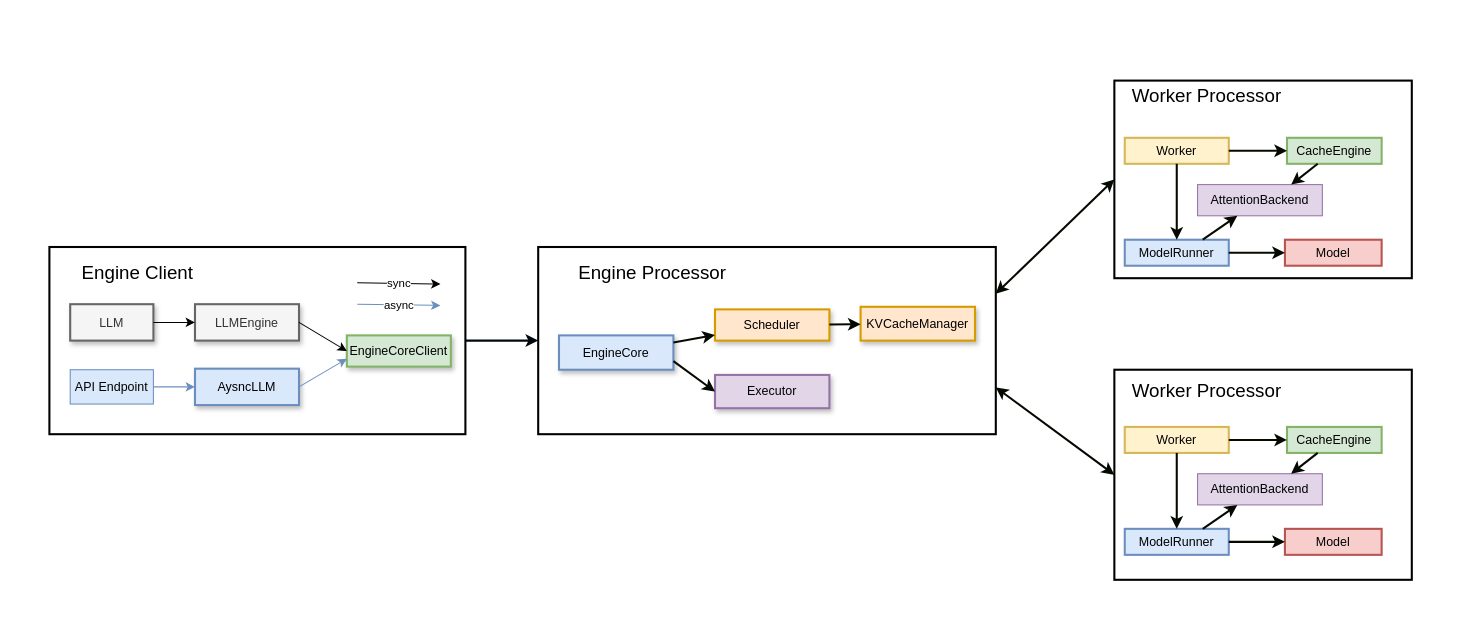
This is page "Overview" (1 of 10) of vllm/engine/vllm.drawio from chaojun-zhang/vllm, a draw.io file, before an edit. Source tidied: cells renumbered, new cells numbered last; positions are measured from the earlier drawing's top-left corner, leaving out a move shared by most shapes. Both pictures are drawn from the tidied source at 104%, with x=0, y=0 at pixel (49, 80).
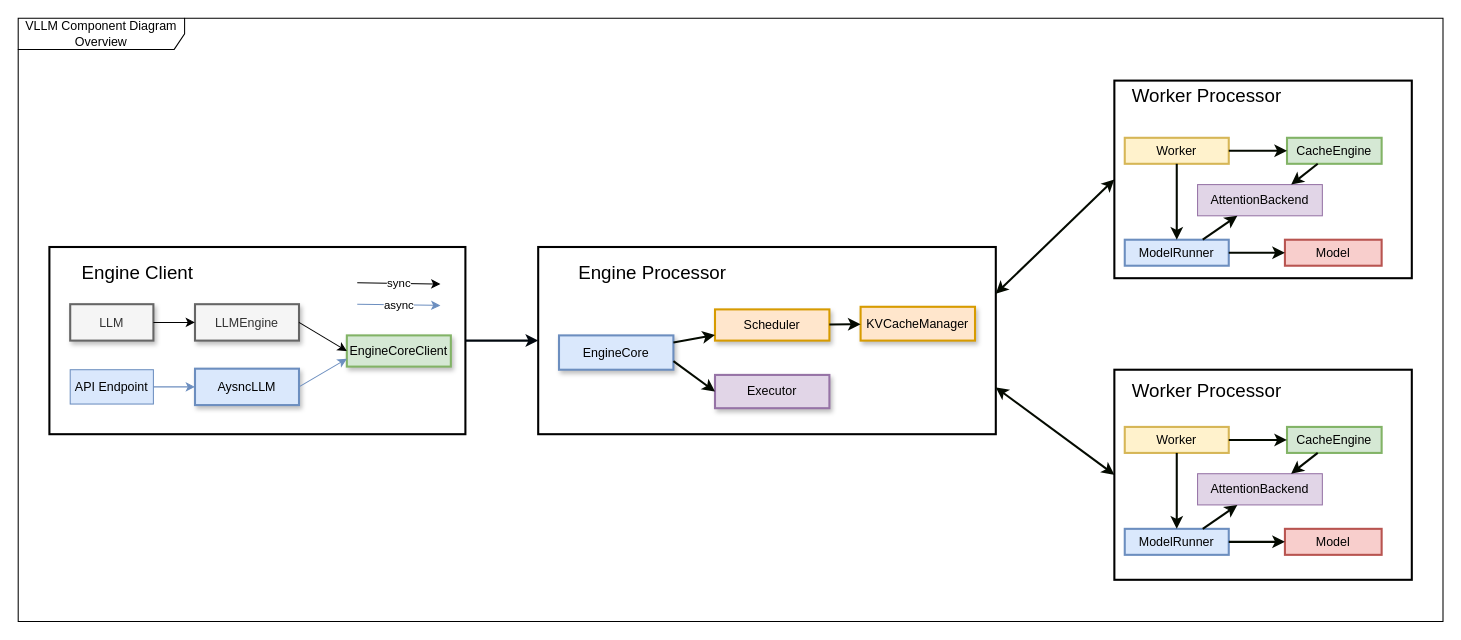
After the change.

Diff of the diagram source:
```diff
@@
+    <mxCell id="51" value="VLLM Component Diagram Overview" style="shape=umlFrame;whiteSpace=wrap;html=1;width=160;" parent="1" vertex="1">
+      <mxGeometry x="-30" y="-60" width="1370" height="580" as="geometry" />
+    </mxCell>
```
